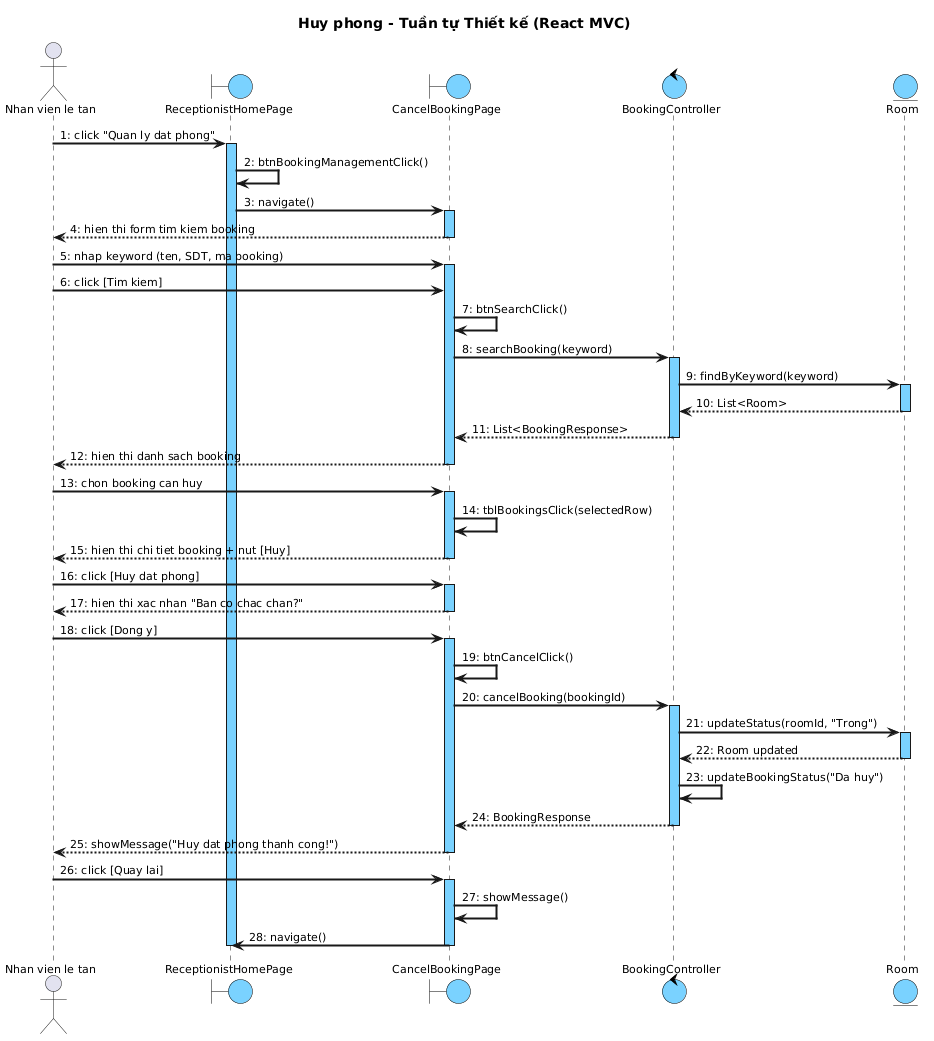
Before: output/diagrams/booking_seq_4.png, a diagram exported from PlantUML (thanhtrnnn/cnpm).
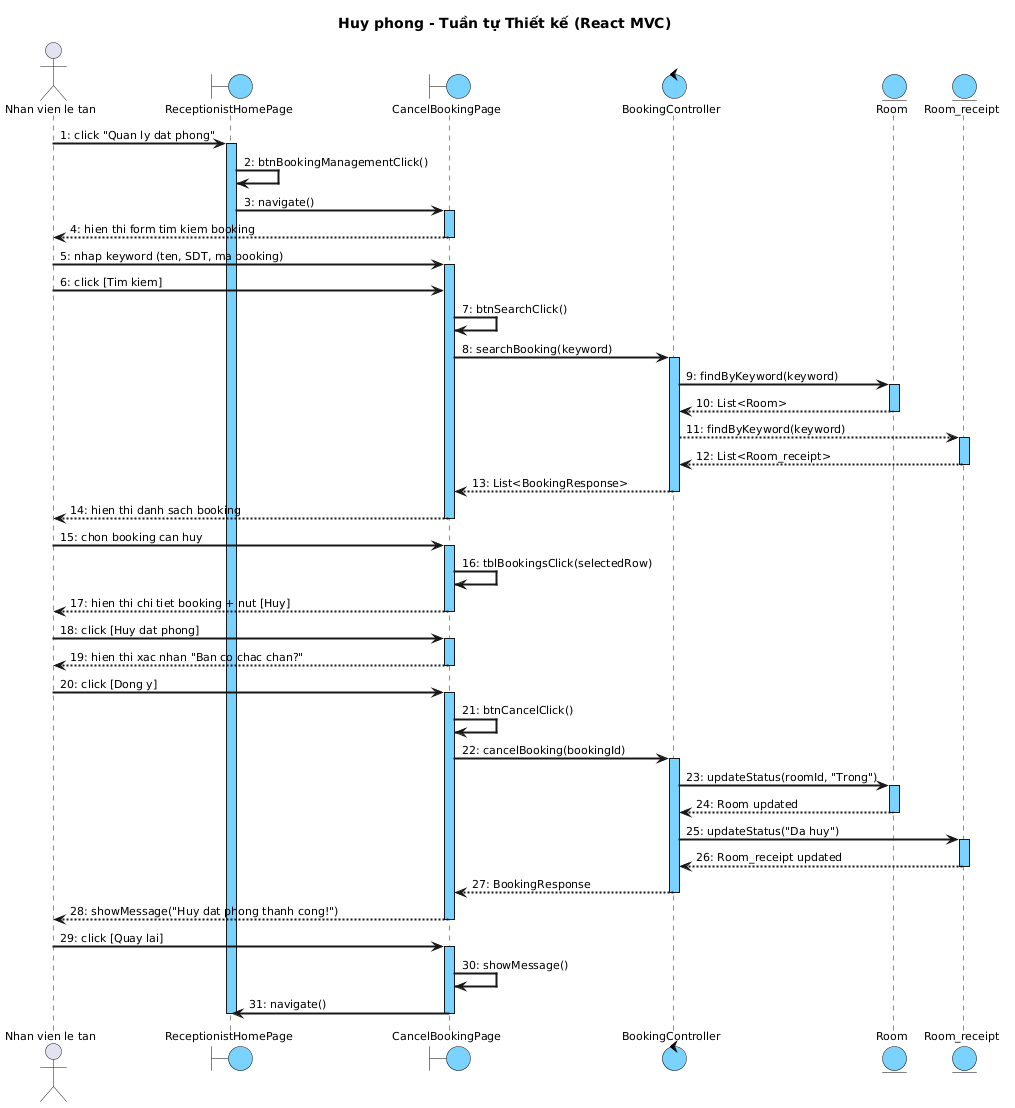
The same diagram one commit later.

Commit message:
fix: rewrite design sequence diagrams — exact step match, fix heading hierarchy, remove duplicate content

The edit, as a diff of the source:
```diff
@@ -20,6 +20,7 @@
 boundary "CancelBookingPage" as CBP
 control "BookingController" as Ctrl
 entity "Room" as Room
+entity "Room_receipt" as RR
 
 NV -> Home : 1: click "Quan ly dat phong"
 activate Home
@@ -39,41 +40,48 @@
 activate Room
 Room --> Ctrl : 10: List<Room>
 deactivate Room
-Ctrl --> CBP : 11: List<BookingResponse>
+Ctrl --> RR : 11: findByKeyword(keyword)
+activate RR
+RR --> Ctrl : 12: List<Room_receipt>
+deactivate RR
+Ctrl --> CBP : 13: List<BookingResponse>
 deactivate Ctrl
-CBP --> NV : 12: hien thi danh sach booking
+CBP --> NV : 14: hien thi danh sach booking
 deactivate CBP
 
-NV -> CBP : 13: chon booking can huy
+NV -> CBP : 15: chon booking can huy
 activate CBP
-CBP -> CBP : 14: tblBookingsClick(selectedRow)
-CBP --> NV : 15: hien thi chi tiet booking + nut [Huy]
+CBP -> CBP : 16: tblBookingsClick(selectedRow)
+CBP --> NV : 17: hien thi chi tiet booking + nut [Huy]
 deactivate CBP
 
-NV -> CBP : 16: click [Huy dat phong]
+NV -> CBP : 18: click [Huy dat phong]
 activate CBP
-CBP --> NV : 17: hien thi xac nhan "Ban co chac chan?"
+CBP --> NV : 19: hien thi xac nhan "Ban co chac chan?"
 deactivate CBP
 
-NV -> CBP : 18: click [Dong y]
+NV -> CBP : 20: click [Dong y]
 activate CBP
-CBP -> CBP : 19: btnCancelClick()
-CBP -> Ctrl : 20: cancelBooking(bookingId)
+CBP -> CBP : 21: btnCancelClick()
+CBP -> Ctrl : 22: cancelBooking(bookingId)
 activate Ctrl
-Ctrl -> Room : 21: updateStatus(roomId, "Trong")
+Ctrl -> Room : 23: updateStatus(roomId, "Trong")
 activate Room
-Room --> Ctrl : 22: Room updated
+Room --> Ctrl : 24: Room updated
 deactivate Room
-Ctrl -> Ctrl : 23: updateBookingStatus("Da huy")
-Ctrl --> CBP : 24: BookingResponse
+Ctrl -> RR : 25: updateStatus("Da huy")
+activate RR
+RR --> Ctrl : 26: Room_receipt updated
+deactivate RR
+Ctrl --> CBP : 27: BookingResponse
 deactivate Ctrl
-CBP --> NV : 25: showMessage("Huy dat phong thanh cong!")
+CBP --> NV : 28: showMessage("Huy dat phong thanh cong!")
 deactivate CBP
 
-NV -> CBP : 26: click [Quay lai]
+NV -> CBP : 29: click [Quay lai]
 activate CBP
-CBP -> CBP : 27: showMessage()
-CBP -> Home : 28: navigate()
+CBP -> CBP : 30: showMessage()
+CBP -> Home : 31: navigate()
 deactivate CBP
 deactivate Home
 @enduml
```
